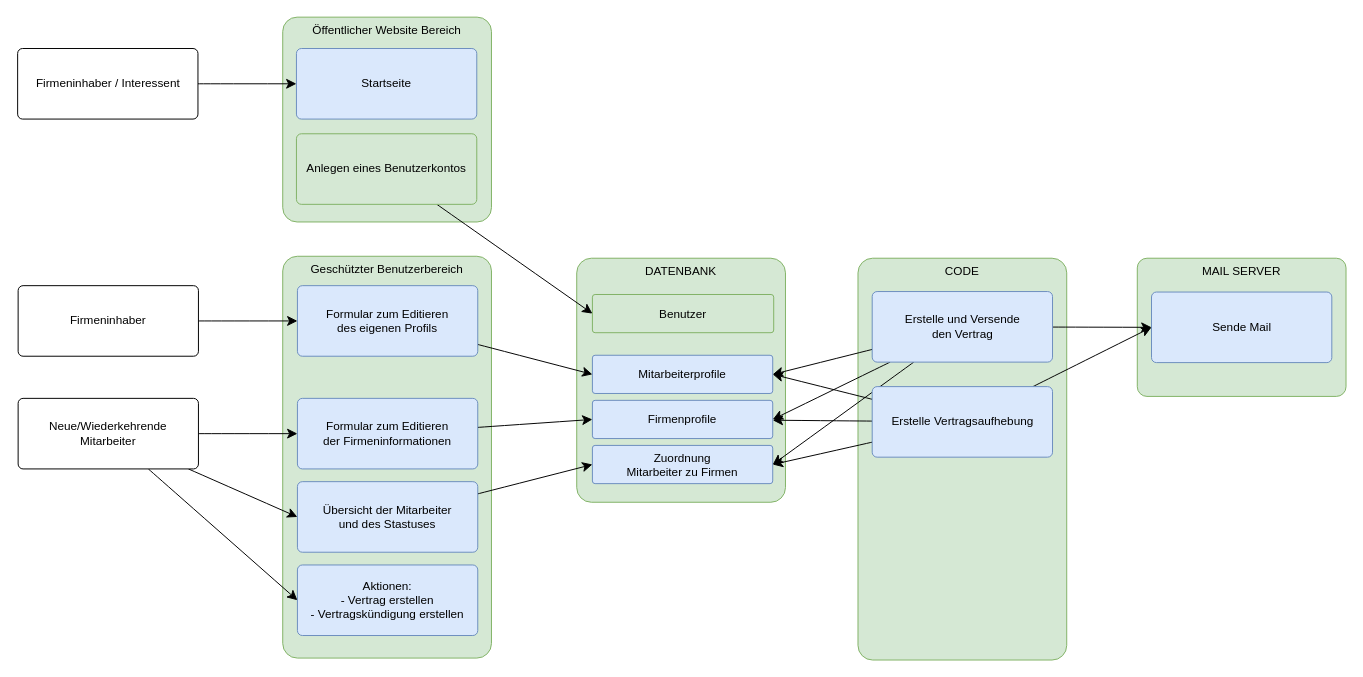
The draw.io diagram custom-app-demo/docs/FastJobOn.drawio in symbiosika/fastapp-framework, before the edit. Source tidied: cells renumbered, new cells numbered last; positions are measured from the earlier drawing's top-left corner, leaving out a move shared by most shapes. Both pictures are drawn from the tidied source at 98%, with x=0, y=0 at pixel (17, 17).
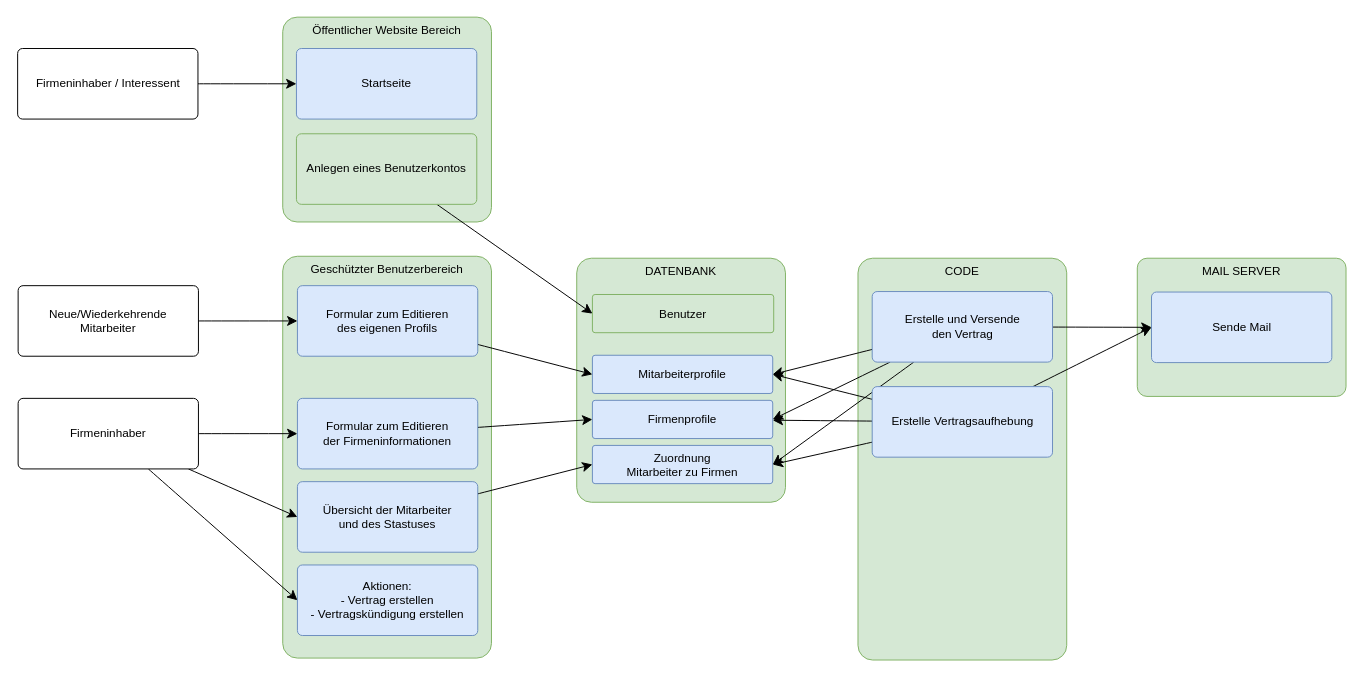
After the change.

What changed in the source:
```diff
@@
-    <mxCell id="8" value="Neue/Wiederkehrende&lt;div&gt;Mitarbeiter&lt;/div&gt;" style="rounded=1;whiteSpace=wrap;html=1;arcSize=7;" parent="1" vertex="1">
+    <mxCell id="8" value="Firmeninhaber" style="rounded=1;whiteSpace=wrap;html=1;arcSize=7;" parent="1" vertex="1">
       <mxGeometry x="1" y="389" width="184" height="72" as="geometry" />
     </mxCell>
@@
-    <mxCell id="15" value="Firmeninhaber" style="rounded=1;whiteSpace=wrap;html=1;arcSize=7;" parent="1" vertex="1">
+    <mxCell id="15" value="Neue/Wiederkehrende&lt;div&gt;Mitarbeiter&lt;/div&gt;" style="rounded=1;whiteSpace=wrap;html=1;arcSize=7;" parent="1" vertex="1">
       <mxGeometry x="1" y="274" width="184" height="72" as="geometry" />
     </mxCell>
```
